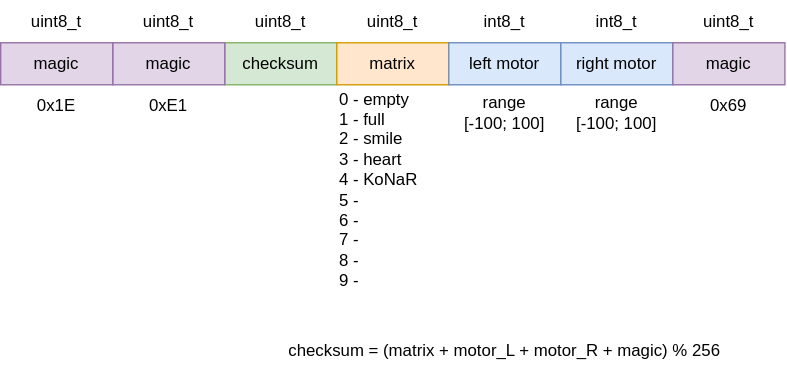
Above: docs/frame.drawio.svg in Eryk-Mozdzen/rysiek (draw.io), before the change. Source tidied: cells renumbered, new cells last; positions are measured from the earlier drawing's top-left corner, leaving out a move shared by most shapes.
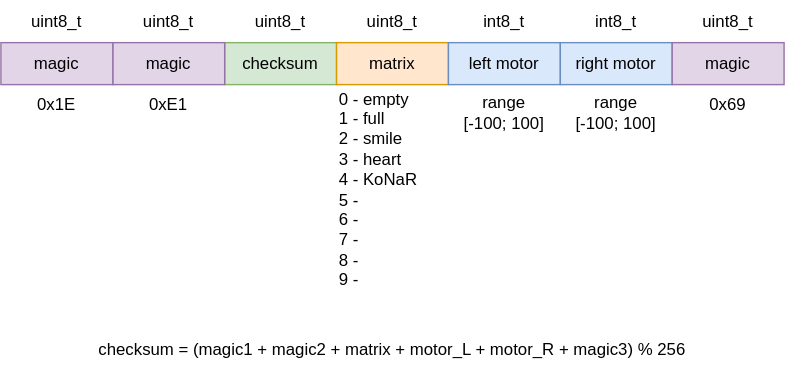
The same diagram one commit later.

The edit, as a diff of the source:
```diff
@@ -17,8 +17,8 @@
     <mxCell id="6" value="magic" style="rounded=0;whiteSpace=wrap;html=1;fillColor=#e1d5e7;strokeColor=#9673a6;" parent="1" vertex="1">
       <mxGeometry x="480" y="30" width="80" height="30" as="geometry" />
     </mxCell>
-    <mxCell id="7" value="checksum = (matrix + motor_L + motor_R + magic) % 256" style="text;html=1;strokeColor=none;fillColor=none;align=center;verticalAlign=middle;whiteSpace=wrap;rounded=0;" parent="1" vertex="1">
-      <mxGeometry x="160" y="230" width="400" height="40" as="geometry" />
+    <mxCell id="7" value="checksum = (magic1 + magic2 +&amp;nbsp;matrix + motor_L + motor_R + magic3) % 256" style="text;html=1;strokeColor=none;fillColor=none;align=center;verticalAlign=middle;whiteSpace=wrap;rounded=0;" parent="1" vertex="1">
+      <mxGeometry y="230" width="560" height="40" as="geometry" />
     </mxCell>
     <mxCell id="8" value="uint8_t" style="text;html=1;strokeColor=none;fillColor=none;align=center;verticalAlign=middle;whiteSpace=wrap;rounded=0;" parent="1" vertex="1">
       <mxGeometry x="170" width="60" height="30" as="geometry" />
```
